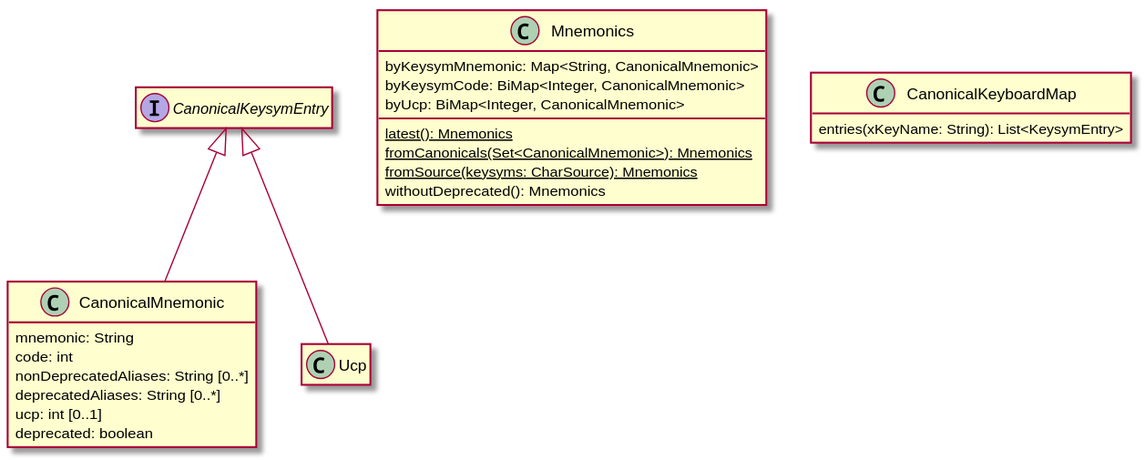
Earlier version of the PlantUML export Mnemonics.svg (oliviercailloux/Keyboardd).
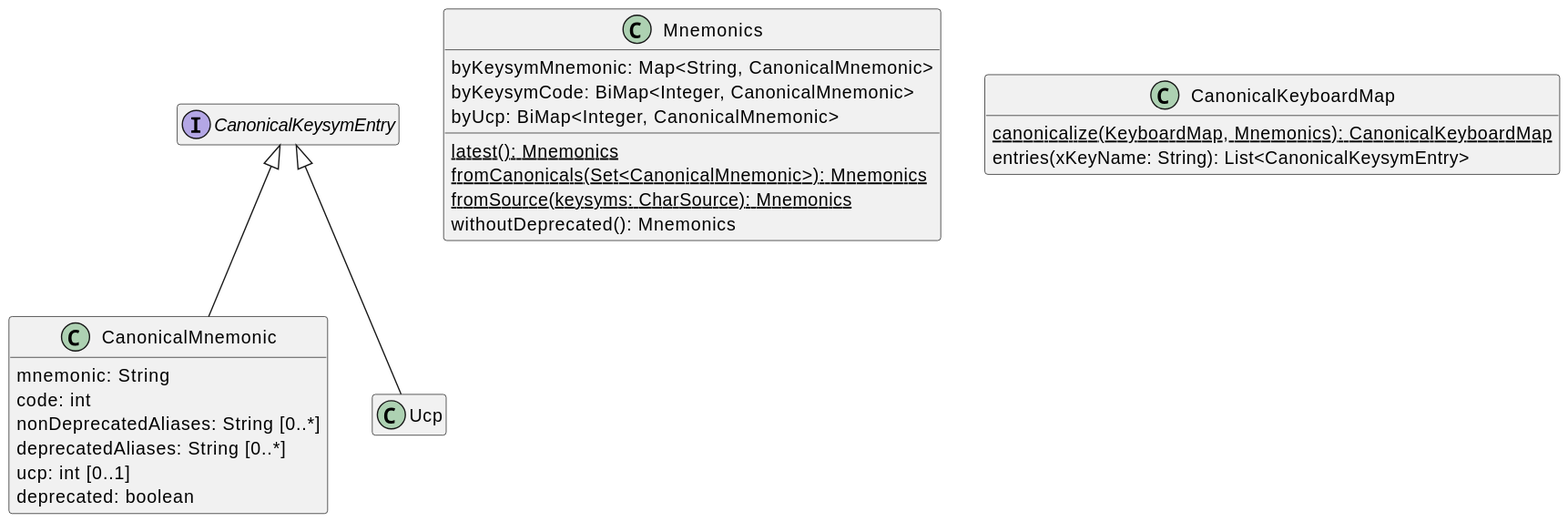
The same file after the commit.

What changed in the source:
```diff
@@ -1,4 +1,4 @@
-@startuml Mnemonics
+@startuml
 hide empty members
 
 class "CanonicalMnemonic" {
@@ -25,7 +25,7 @@
 "CanonicalKeysymEntry" <|-- "Ucp"
 
 class "CanonicalKeyboardMap" {
-  entries(xKeyName: String): List<KeysymEntry>
+  {static} canonicalize(KeyboardMap, Mnemonics): CanonicalKeyboardMap
+  entries(xKeyName: String): List<CanonicalKeysymEntry>
 }
-
 @enduml
```
